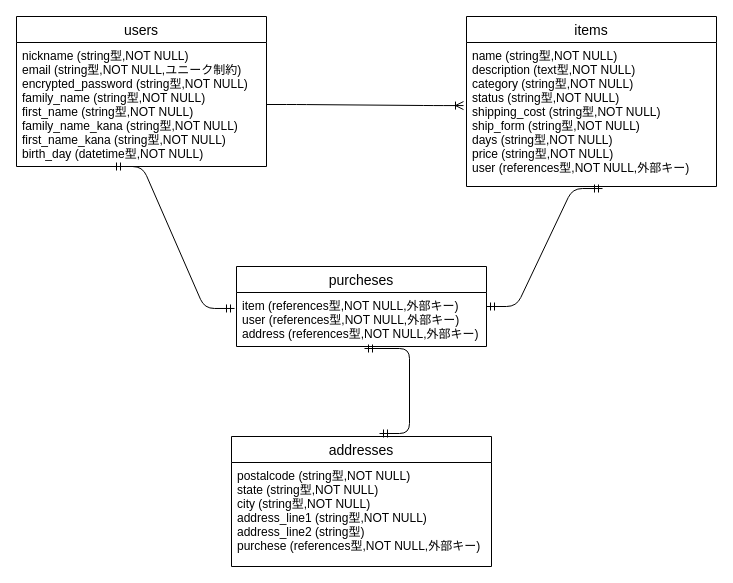
This is furima-er.dio from takashiusami0131/furima-38810, a draw.io file, before an edit. Source tidied: cells renumbered, new cells numbered last; positions are measured from the earlier drawing's top-left corner, leaving out a move shared by most shapes. Both pictures are drawn from the tidied source at 100%, with x=0, y=0 at pixel (16, 16).
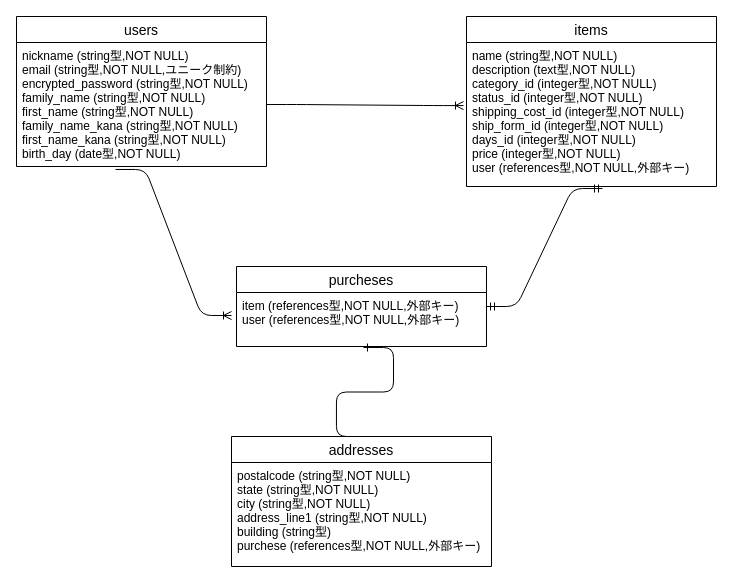
The same page after the edit.

What changed in the source:
```diff
@@
 <mxGraphModel>
   <root>
     <mxCell id="0" />
     <mxCell id="1" parent="0" />
     <mxCell id="2" value="users" style="swimlane;fontStyle=0;horizontal=1;startSize=26;align=center;fontSize=14;" parent="1" vertex="1">
       <mxGeometry width="250" height="150" as="geometry" />
     </mxCell>
-    <mxCell id="3" value="nickname (string型,NOT NULL)&#10;email (string型,NOT NULL,ユニーク制約)&#10;encrypted_password (string型,NOT NULL)&#10;family_name (string型,NOT NULL)&#10;first_name (string型,NOT NULL)&#10;family_name_kana (string型,NOT NULL)&#10;first_name_kana (string型,NOT NULL)&#10;birth_day (datetime型,NOT NULL)" style="text;strokeColor=none;fillColor=none;spacingLeft=4;spacingRight=4;overflow=hidden;points=[[0,0.5],[1,0.5]];portConstraint=eastwest;fontSize=12;" parent="2" vertex="1">
+    <mxCell id="3" value="nickname (string型,NOT NULL)&#10;email (string型,NOT NULL,ユニーク制約)&#10;encrypted_password (string型,NOT NULL)&#10;family_name (string型,NOT NULL)&#10;first_name (string型,NOT NULL)&#10;family_name_kana (string型,NOT NULL)&#10;first_name_kana (string型,NOT NULL)&#10;birth_day (date型,NOT NULL)" style="text;strokeColor=none;fillColor=none;spacingLeft=4;spacingRight=4;overflow=hidden;points=[[0,0.5],[1,0.5]];portConstraint=eastwest;fontSize=12;" parent="2" vertex="1">
       <mxGeometry y="26" width="250" height="124" as="geometry" />
     </mxCell>
     <mxCell id="4" value="items" style="swimlane;fontStyle=0;horizontal=1;startSize=26;align=center;fontSize=14;" parent="1" vertex="1">
       <mxGeometry x="450" width="250" height="170" as="geometry" />
     </mxCell>
-    <mxCell id="5" value="name (string型,NOT NULL)&#10;description (text型,NOT NULL)&#10;category (string型,NOT NULL)&#10;status (string型,NOT NULL)&#10;shipping_cost (string型,NOT NULL)&#10;ship_form (string型,NOT NULL)&#10;days (string型,NOT NULL)&#10;price (string型,NOT NULL)&#10;user (references型,NOT NULL,外部キー)" style="text;strokeColor=none;fillColor=none;spacingLeft=4;spacingRight=4;overflow=hidden;points=[[0,0.5],[1,0.5]];portConstraint=eastwest;fontSize=12;" parent="4" vertex="1">
+    <mxCell id="5" value="name (string型,NOT NULL)&#10;description (text型,NOT NULL)&#10;category_id (integer型,NOT NULL)&#10;status_id (integer型,NOT NULL)&#10;shipping_cost_id (integer型,NOT NULL)&#10;ship_form_id (integer型,NOT NULL)&#10;days_id (integer型,NOT NULL)&#10;price (integer型,NOT NULL)&#10;user (references型,NOT NULL,外部キー)" style="text;strokeColor=none;fillColor=none;spacingLeft=4;spacingRight=4;overflow=hidden;points=[[0,0.5],[1,0.5]];portConstraint=eastwest;fontSize=12;" parent="4" vertex="1">
       <mxGeometry y="26" width="250" height="144" as="geometry" />
     </mxCell>
     <mxCell id="6" style="edgeStyle=entityRelationEdgeStyle;fontSize=12;html=1;endArrow=ERoneToMany;exitX=1;exitY=0.5;exitDx=0;exitDy=0;entryX=-0.012;entryY=0.438;entryDx=0;entryDy=0;entryPerimeter=0;" parent="1" edge="1" source="3" target="5">
       <mxGeometry relative="1" as="geometry" />
     </mxCell>
     <mxCell id="7" value="purcheses" style="swimlane;fontStyle=0;horizontal=1;startSize=26;align=center;fontSize=14;labelBackgroundColor=none;" parent="1" vertex="1">
       <mxGeometry x="220" y="250" width="250" height="80" as="geometry" />
     </mxCell>
-    <mxCell id="8" value="item (references型,NOT NULL,外部キー)&#10;user (references型,NOT NULL,外部キー)&#10;address (references型,NOT NULL,外部キー)" style="text;strokeColor=none;fillColor=none;spacingLeft=4;spacingRight=4;overflow=hidden;points=[[0,0.5],[1,0.5]];portConstraint=eastwest;fontSize=12;" parent="7" vertex="1">
+    <mxCell id="8" value="item (references型,NOT NULL,外部キー)&#10;user (references型,NOT NULL,外部キー)" style="text;strokeColor=none;fillColor=none;spacingLeft=4;spacingRight=4;overflow=hidden;points=[[0,0.5],[1,0.5]];portConstraint=eastwest;fontSize=12;" parent="7" vertex="1">
       <mxGeometry y="26" width="250" height="54" as="geometry" />
     </mxCell>
     <mxCell id="9" style="edgeStyle=entityRelationEdgeStyle;fontSize=12;html=1;endArrow=ERmandOne;startArrow=ERmandOne;entryX=0.544;entryY=1.014;entryDx=0;entryDy=0;entryPerimeter=0;" parent="1" edge="1" target="5">
       <mxGeometry relative="1" as="geometry">
         <mxPoint x="470" y="290" as="sourcePoint" />
       </mxGeometry>
     </mxCell>
-    <mxCell id="10" style="edgeStyle=entityRelationEdgeStyle;fontSize=12;html=1;endArrow=ERmandOne;startArrow=ERmandOne;exitX=0.384;exitY=1;exitDx=0;exitDy=0;exitPerimeter=0;entryX=-0.008;entryY=0.296;entryDx=0;entryDy=0;entryPerimeter=0;" parent="1" edge="1" source="3" target="8">
-      <mxGeometry relative="1" as="geometry" />
-    </mxCell>
     <mxCell id="11" value="addresses" style="swimlane;fontStyle=0;horizontal=1;startSize=26;align=center;fontSize=14;" parent="1" vertex="1">
       <mxGeometry x="215" y="420" width="260" height="130" as="geometry" />
     </mxCell>
-    <mxCell id="12" value="postalcode (string型,NOT NULL)&#10;state (string型,NOT NULL)&#10;city (string型,NOT NULL)&#10;address_line1 (string型,NOT NULL)&#10;address_line2 (string型)&#10;purchese (references型,NOT NULL,外部キー)" style="text;strokeColor=none;fillColor=none;spacingLeft=4;spacingRight=4;overflow=hidden;fontSize=12;" parent="11" vertex="1">
+    <mxCell id="12" value="postalcode (string型,NOT NULL)&#10;state (string型,NOT NULL)&#10;city (string型,NOT NULL)&#10;address_line1 (string型,NOT NULL)&#10;building (string型)&#10;purchese (references型,NOT NULL,外部キー)" style="text;strokeColor=none;fillColor=none;spacingLeft=4;spacingRight=4;overflow=hidden;fontSize=12;" parent="11" vertex="1">
       <mxGeometry y="26" width="260" height="104" as="geometry" />
     </mxCell>
-    <mxCell id="13" style="edgeStyle=entityRelationEdgeStyle;fontSize=12;html=1;endArrow=ERmandOne;startArrow=ERmandOne;entryX=0.512;entryY=1.037;entryDx=0;entryDy=0;entryPerimeter=0;" parent="1" edge="1" target="8">
-      <mxGeometry relative="1" as="geometry">
-        <mxPoint x="363" y="417" as="sourcePoint" />
-      </mxGeometry>
-    </mxCell>
+    <mxCell id="10" style="edgeStyle=entityRelationEdgeStyle;fontSize=12;html=1;endArrow=ERoneToMany;entryX=-0.02;entryY=0.426;entryDx=0;entryDy=0;entryPerimeter=0;exitX=0.396;exitY=1.024;exitDx=0;exitDy=0;exitPerimeter=0;" parent="1" edge="1" source="3" target="8">
+      <mxGeometry relative="1" as="geometry" />
+    </mxCell>
+    <mxCell id="14" style="edgeStyle=entityRelationEdgeStyle;fontSize=12;html=1;endArrow=ERone;endFill=1;exitX=0.519;exitY=0;exitDx=0;exitDy=0;exitPerimeter=0;entryX=0.508;entryY=1.019;entryDx=0;entryDy=0;entryPerimeter=0;" parent="1" edge="1" source="11" target="8">
+      <mxGeometry relative="1" as="geometry" />
+    </mxCell>
   </root>
 </mxGraphModel>
```
